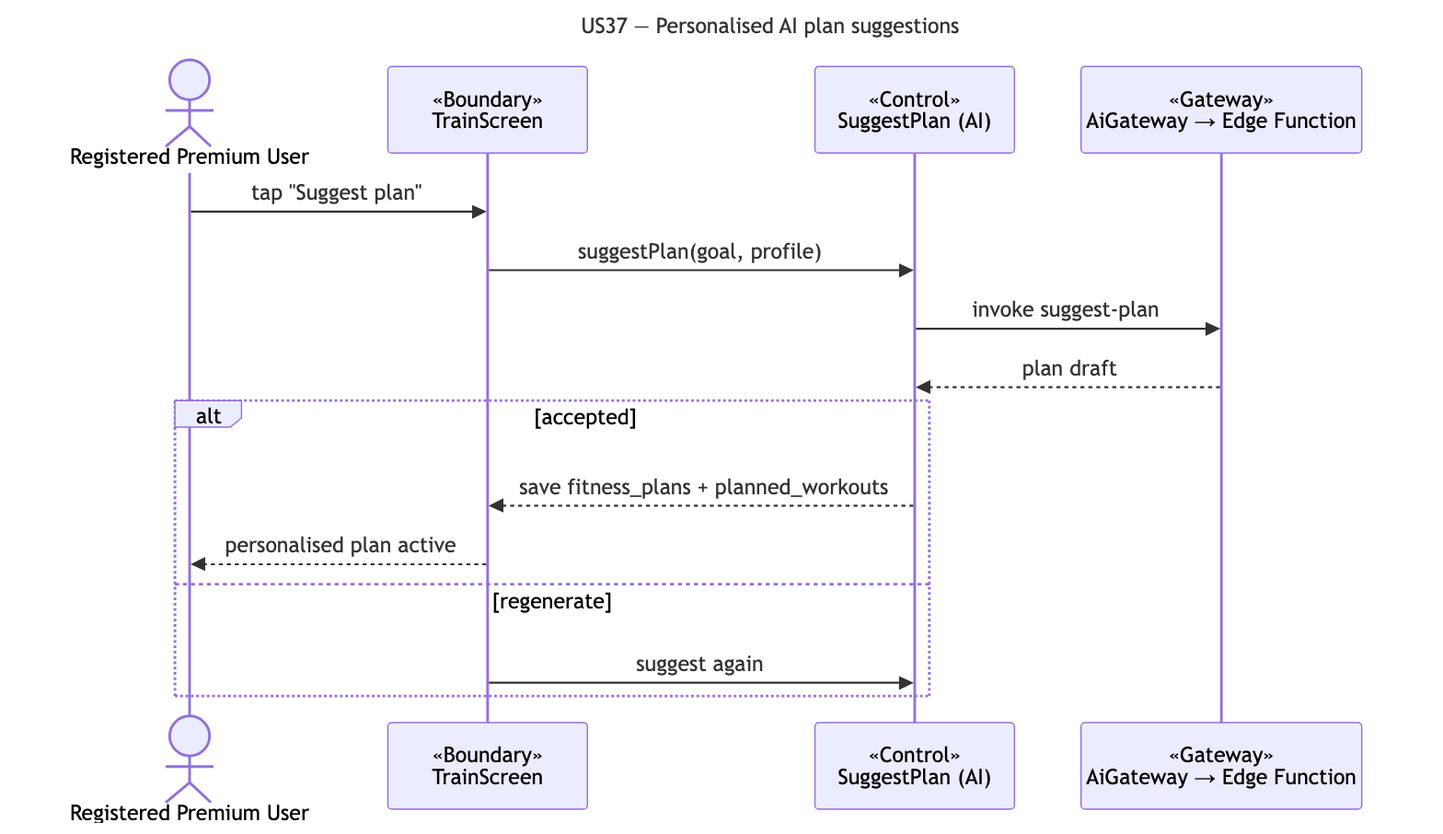
Earlier version of the Mermaid export docs/deliverables/sequence-diagrams/US37-personal-ai-plan.png (cyuanjun/FYP-26-S2-37-app). Its source is kept beside it as docs/deliverables/sequence-diagrams/src/US37-personal-ai-plan.mmd.
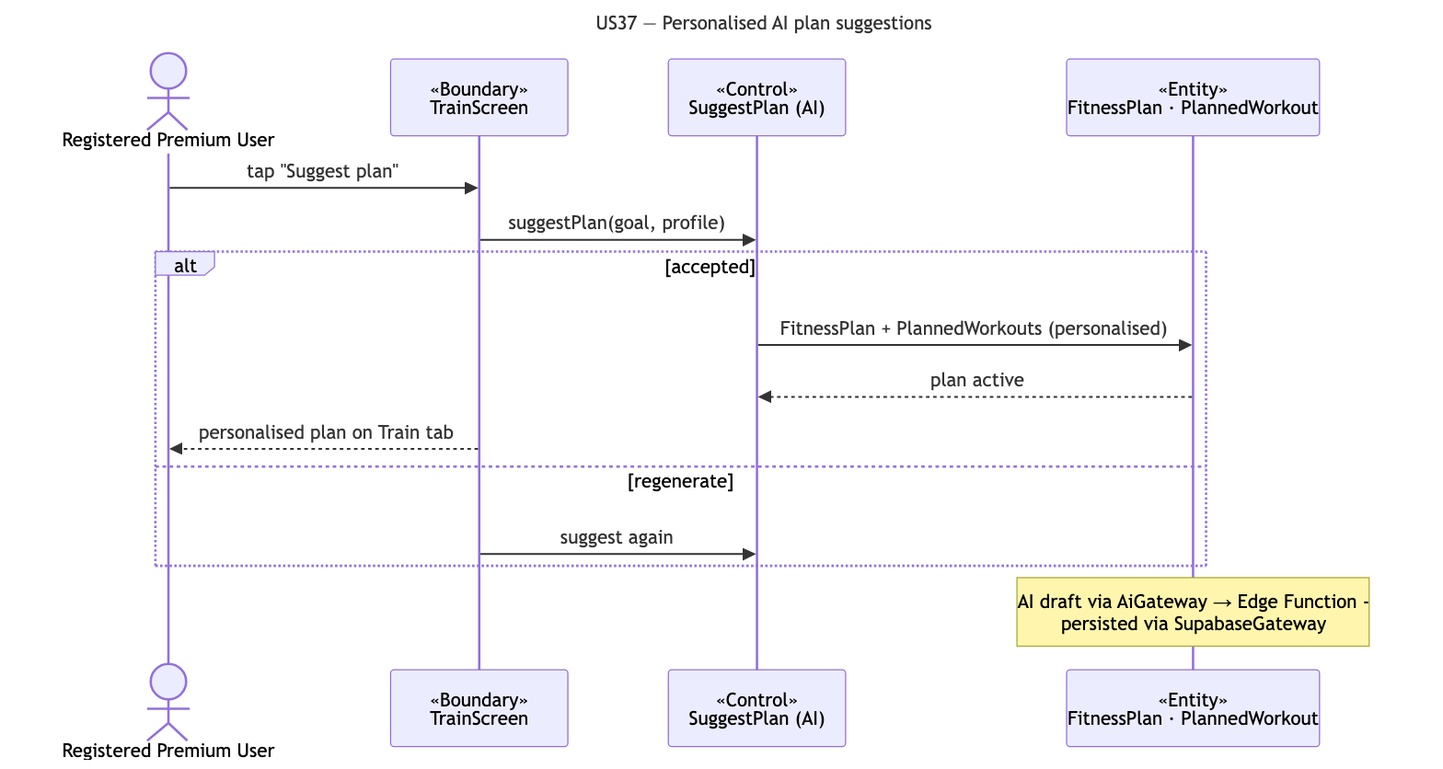
Later version of the same file.

The edit, as a diff of the source:
```diff
@@ -5,14 +5,14 @@
   actor A as Registered Premium User
   participant B as «Boundary»<br/>TrainScreen
   participant C as «Control»<br/>SuggestPlan (AI)
-  participant G as «Gateway»<br/>AiGateway → Edge Function
+  participant E as «Entity»<br/>FitnessPlan · PlannedWorkout
   A->>B: tap "Suggest plan"
   B->>C: suggestPlan(goal, profile)
-  C->>G: invoke suggest-plan
-  G-->>C: plan draft
   alt accepted
-    C-->>B: save fitness_plans + planned_workouts
-    B-->>A: personalised plan active
+    C->>E: FitnessPlan + PlannedWorkouts (personalised)
+    E-->>C: plan active
+    B-->>A: personalised plan on Train tab
   else regenerate
     B->>C: suggest again
   end
+  note over E: AI draft via AiGateway → Edge Function -<br/>persisted via SupabaseGateway
```
